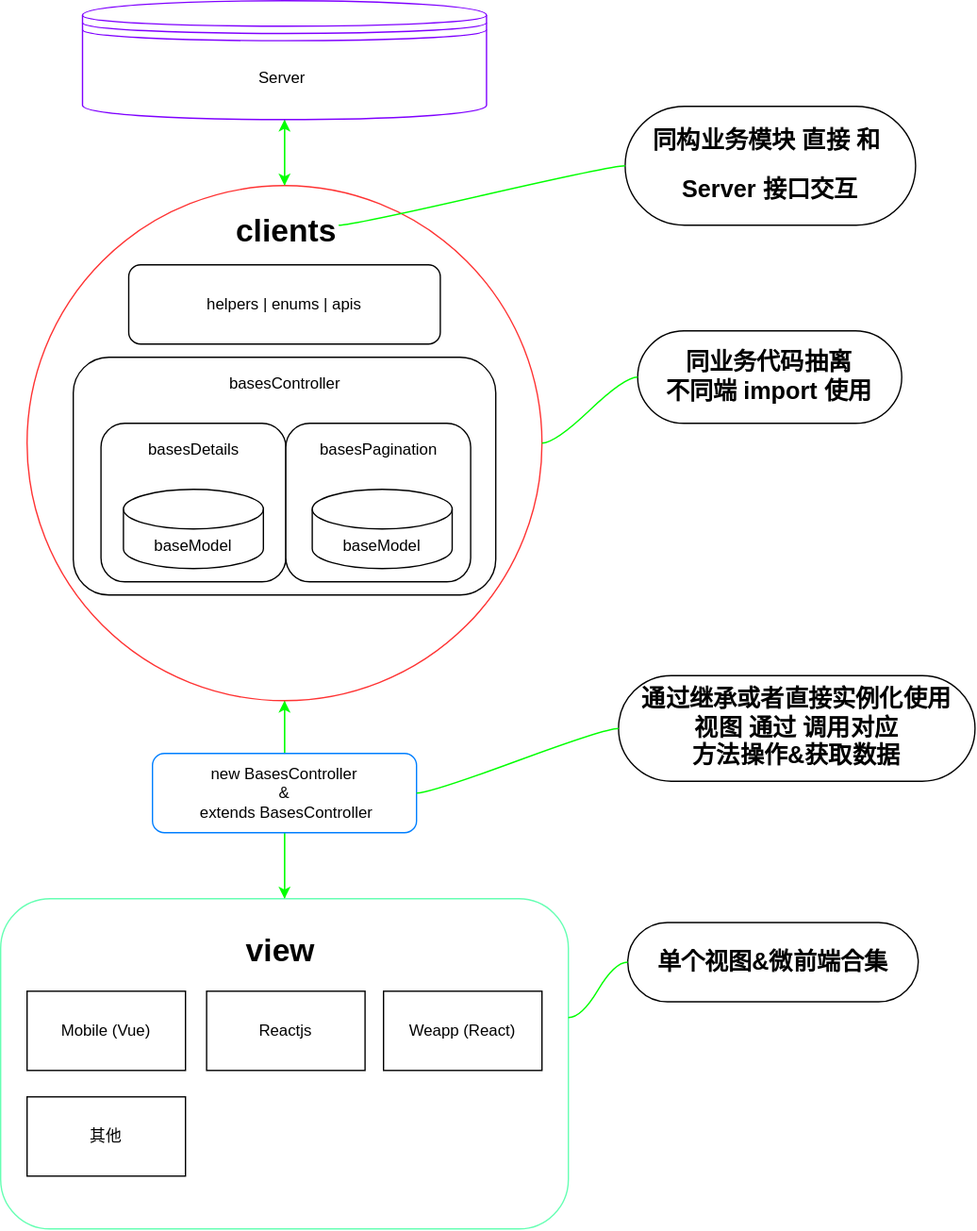
Above: packages/docs/src/assets/architecture.svg in LengYXin/mamba (draw.io), before the change. Source tidied: cells renumbered, new cells last; positions are measured from the earlier drawing's top-left corner, leaving out a move shared by most shapes. Source of this version:
```xml
<mxGraphModel>
  <root>
    <mxCell id="0" />
    <mxCell id="1" parent="0" />
    <mxCell id="2" style="edgeStyle=orthogonalEdgeStyle;rounded=0;jettySize=auto;html=1;strokeColor=#00FF00;" parent="1" edge="1" source="3">
      <mxGeometry relative="1" as="geometry">
        <mxPoint x="215" y="530" as="targetPoint" />
      </mxGeometry>
    </mxCell>
    <mxCell id="3" style="rounded=1;whiteSpace=wrap;html=1;strokeColor=#66FFB3;" parent="1" vertex="1">
      <mxGeometry y="680" width="430" height="250" as="geometry" />
    </mxCell>
    <mxCell id="4" style="edgeStyle=orthogonalEdgeStyle;rounded=0;jettySize=auto;html=1;entryX=0.5;entryY=0;entryDx=0;entryDy=0;strokeColor=#00FF00;" parent="1" edge="1" source="6" target="3">
      <mxGeometry relative="1" as="geometry" />
    </mxCell>
    <mxCell id="5" style="edgeStyle=orthogonalEdgeStyle;rounded=0;jettySize=auto;html=1;entryX=0.5;entryY=1;entryDx=0;entryDy=0;strokeColor=#00FF00;" parent="1" edge="1" source="6" target="22">
      <mxGeometry relative="1" as="geometry" />
    </mxCell>
    <mxCell id="6" style="ellipse;whiteSpace=wrap;html=1;strokeColor=#FF3333;" parent="1" vertex="1">
      <mxGeometry x="20" y="140" width="390" height="390" as="geometry" />
    </mxCell>
    <mxCell id="7" value="&lt;h1&gt;view&amp;nbsp;&lt;/h1&gt;" style="text;html=1;align=center;verticalAlign=middle;fillColor=none;strokeColor=none;rounded=0;" parent="1" vertex="1">
      <mxGeometry x="180" y="695" width="70" height="50" as="geometry" />
    </mxCell>
    <mxCell id="8" style="rounded=1;whiteSpace=wrap;html=1;" parent="1" vertex="1">
      <mxGeometry x="55" y="270" width="320" height="180" as="geometry" />
    </mxCell>
    <mxCell id="9" style="rounded=1;whiteSpace=wrap;html=1;" parent="1" vertex="1">
      <mxGeometry x="76" y="320" width="140" height="120" as="geometry" />
    </mxCell>
    <mxCell id="10" style="rounded=1;whiteSpace=wrap;html=1;" parent="1" vertex="1">
      <mxGeometry x="216" y="320" width="140" height="120" as="geometry" />
    </mxCell>
    <mxCell id="11" value="helpers |&amp;nbsp;enums |&amp;nbsp;apis" style="rounded=1;whiteSpace=wrap;html=1;" parent="1" vertex="1">
      <mxGeometry x="97" y="200" width="236" height="60" as="geometry" />
    </mxCell>
    <mxCell id="12" value="basesController" style="text;html=1;align=center;verticalAlign=middle;fillColor=none;strokeColor=none;rounded=0;" parent="1" vertex="1">
      <mxGeometry x="165" y="280" width="100" height="20" as="geometry" />
    </mxCell>
    <mxCell id="13" value="basesDetails" style="text;html=1;align=center;verticalAlign=middle;fillColor=none;strokeColor=none;rounded=0;" parent="1" vertex="1">
      <mxGeometry x="106" y="330" width="80" height="20" as="geometry" />
    </mxCell>
    <mxCell id="14" value="basesPagination" style="text;html=1;align=center;verticalAlign=middle;fillColor=none;strokeColor=none;rounded=0;" parent="1" vertex="1">
      <mxGeometry x="236" y="330" width="100" height="20" as="geometry" />
    </mxCell>
    <mxCell id="15" value="baseModel" style="shape=cylinder3;whiteSpace=wrap;html=1;boundedLbl=1;backgroundOutline=1;size=15;" parent="1" vertex="1">
      <mxGeometry x="93" y="370" width="106" height="60" as="geometry" />
    </mxCell>
    <mxCell id="16" value="baseModel" style="shape=cylinder3;whiteSpace=wrap;html=1;boundedLbl=1;backgroundOutline=1;size=15;" parent="1" vertex="1">
      <mxGeometry x="236" y="370" width="106" height="60" as="geometry" />
    </mxCell>
    <mxCell id="17" value="Mobile (Vue)" style="whiteSpace=wrap;html=1;" parent="1" vertex="1">
      <mxGeometry x="20" y="750" width="120" height="60" as="geometry" />
    </mxCell>
    <mxCell id="18" value="Reactjs" style="whiteSpace=wrap;html=1;" parent="1" vertex="1">
      <mxGeometry x="156" y="750" width="120" height="60" as="geometry" />
    </mxCell>
    <mxCell id="19" value="Weapp (React)" style="whiteSpace=wrap;html=1;" parent="1" vertex="1">
      <mxGeometry x="290" y="750" width="120" height="60" as="geometry" />
    </mxCell>
    <mxCell id="20" value="new BasesController&lt;br&gt;&amp;amp;&lt;br&gt;&amp;nbsp;extends BasesController" style="rounded=1;whiteSpace=wrap;html=1;strokeColor=#007FFF;" parent="1" vertex="1">
      <mxGeometry x="115" y="570" width="200" height="60" as="geometry" />
    </mxCell>
    <mxCell id="21" style="edgeStyle=orthogonalEdgeStyle;rounded=0;jettySize=auto;html=1;entryX=0.5;entryY=0;entryDx=0;entryDy=0;strokeColor=#00FF00;" parent="1" edge="1" source="22" target="6">
      <mxGeometry relative="1" as="geometry" />
    </mxCell>
    <mxCell id="22" value="Server&amp;nbsp;" style="shape=datastore;whiteSpace=wrap;html=1;strokeColor=#7F00FF;" parent="1" vertex="1">
      <mxGeometry x="62" width="306" height="90" as="geometry" />
    </mxCell>
    <mxCell id="23" value="&lt;h1&gt;clients&lt;/h1&gt;" style="text;html=1;align=center;verticalAlign=middle;fillColor=none;strokeColor=none;rounded=0;" parent="1" vertex="1">
      <mxGeometry x="171" y="150" width="90" height="50" as="geometry" />
    </mxCell>
    <mxCell id="24" value="&lt;h2&gt;通过继承或者直接实例化使用&lt;br&gt;视图 通过 调用对应&lt;br&gt;方法操作&amp;amp;获取数据&lt;/h2&gt;" style="whiteSpace=wrap;html=1;rounded=1;arcSize=50;align=center;verticalAlign=middle;strokeWidth=1;spacing=4;newEdgeStyle={&quot;edgeStyle&quot;:&quot;entityRelationEdgeStyle&quot;,&quot;startArrow&quot;:&quot;none&quot;,&quot;endArrow&quot;:&quot;none&quot;,&quot;segment&quot;:10,&quot;curved&quot;:1};" parent="1" vertex="1">
      <mxGeometry x="468" y="511" width="270" height="80" as="geometry" />
    </mxCell>
    <mxCell id="25" style="edgeStyle=entityRelationEdgeStyle;startArrow=none;endArrow=none;segment=10;curved=1;strokeColor=#00FF00;" parent="1" edge="1" target="24">
      <mxGeometry relative="1" as="geometry">
        <mxPoint x="315" y="600" as="sourcePoint" />
      </mxGeometry>
    </mxCell>
    <mxCell id="26" value="&lt;h2&gt;同业务代码抽离&lt;br&gt;不同端 import 使用&lt;/h2&gt;" style="whiteSpace=wrap;html=1;rounded=1;arcSize=50;align=center;verticalAlign=middle;strokeWidth=1;spacing=4;newEdgeStyle={&quot;edgeStyle&quot;:&quot;entityRelationEdgeStyle&quot;,&quot;startArrow&quot;:&quot;none&quot;,&quot;endArrow&quot;:&quot;none&quot;,&quot;segment&quot;:10,&quot;curved&quot;:1};" parent="1" vertex="1">
      <mxGeometry x="482.5" y="250" width="200" height="70" as="geometry" />
    </mxCell>
    <mxCell id="27" style="edgeStyle=entityRelationEdgeStyle;startArrow=none;endArrow=none;segment=10;curved=1;strokeColor=#00FF00;" parent="1" edge="1" source="6" target="26">
      <mxGeometry relative="1" as="geometry" />
    </mxCell>
    <mxCell id="28" value="&lt;h2&gt;同构业务模块 直接 和&amp;nbsp;&lt;/h2&gt;&lt;h2&gt;Server 接口交互&lt;/h2&gt;" style="whiteSpace=wrap;html=1;rounded=1;arcSize=50;align=center;verticalAlign=middle;strokeWidth=1;spacing=4;newEdgeStyle={&quot;edgeStyle&quot;:&quot;entityRelationEdgeStyle&quot;,&quot;startArrow&quot;:&quot;none&quot;,&quot;endArrow&quot;:&quot;none&quot;,&quot;segment&quot;:10,&quot;curved&quot;:1};" parent="1" vertex="1">
      <mxGeometry x="473" y="80" width="220" height="90" as="geometry" />
    </mxCell>
    <mxCell id="29" style="edgeStyle=entityRelationEdgeStyle;startArrow=none;endArrow=none;segment=10;curved=1;strokeColor=#00FF00;" parent="1" edge="1" target="28">
      <mxGeometry relative="1" as="geometry">
        <mxPoint x="256" y="170" as="sourcePoint" />
      </mxGeometry>
    </mxCell>
    <mxCell id="30" value="其他" style="whiteSpace=wrap;html=1;" parent="1" vertex="1">
      <mxGeometry x="20" y="830" width="120" height="60" as="geometry" />
    </mxCell>
    <mxCell id="31" value="&lt;h2&gt;单个视图&amp;amp;微前端合集&lt;/h2&gt;" style="whiteSpace=wrap;html=1;rounded=1;arcSize=50;align=center;verticalAlign=middle;strokeWidth=1;spacing=4;newEdgeStyle={&quot;edgeStyle&quot;:&quot;entityRelationEdgeStyle&quot;,&quot;startArrow&quot;:&quot;none&quot;,&quot;endArrow&quot;:&quot;none&quot;,&quot;segment&quot;:10,&quot;curved&quot;:1};" parent="1" vertex="1">
      <mxGeometry x="475" y="698" width="220" height="60" as="geometry" />
    </mxCell>
    <mxCell id="32" style="edgeStyle=entityRelationEdgeStyle;startArrow=none;endArrow=none;segment=10;curved=1;strokeColor=#00FF00;" parent="1" edge="1" target="31">
      <mxGeometry relative="1" as="geometry">
        <mxPoint x="430" y="770" as="sourcePoint" />
      </mxGeometry>
    </mxCell>
  </root>
</mxGraphModel>
```
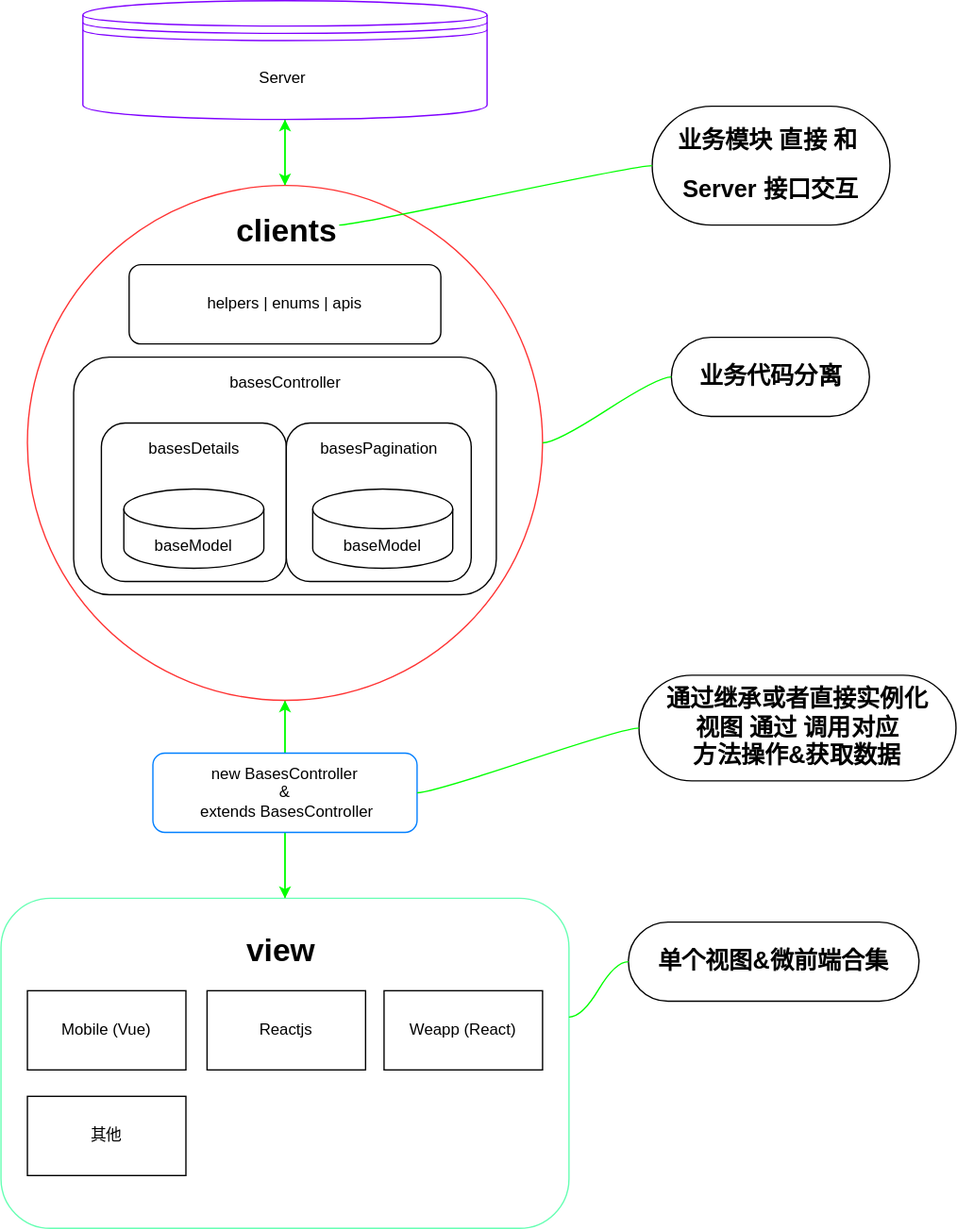
Later version of the same file.

The edit, as a diff of the source:
```diff
@@ -70,22 +70,22 @@
     <mxCell id="23" value="&lt;h1&gt;clients&lt;/h1&gt;" style="text;html=1;align=center;verticalAlign=middle;fillColor=none;strokeColor=none;rounded=0;" parent="1" vertex="1">
       <mxGeometry x="171" y="150" width="90" height="50" as="geometry" />
     </mxCell>
-    <mxCell id="24" value="&lt;h2&gt;通过继承或者直接实例化使用&lt;br&gt;视图 通过 调用对应&lt;br&gt;方法操作&amp;amp;获取数据&lt;/h2&gt;" style="whiteSpace=wrap;html=1;rounded=1;arcSize=50;align=center;verticalAlign=middle;strokeWidth=1;spacing=4;newEdgeStyle={&quot;edgeStyle&quot;:&quot;entityRelationEdgeStyle&quot;,&quot;startArrow&quot;:&quot;none&quot;,&quot;endArrow&quot;:&quot;none&quot;,&quot;segment&quot;:10,&quot;curved&quot;:1};" parent="1" vertex="1">
-      <mxGeometry x="468" y="511" width="270" height="80" as="geometry" />
+    <mxCell id="24" value="&lt;h2&gt;通过继承或者直接实例化&lt;br&gt;视图 通过 调用对应&lt;br&gt;方法操作&amp;amp;获取数据&lt;/h2&gt;" style="whiteSpace=wrap;html=1;rounded=1;arcSize=50;align=center;verticalAlign=middle;strokeWidth=1;spacing=4;newEdgeStyle={&quot;edgeStyle&quot;:&quot;entityRelationEdgeStyle&quot;,&quot;startArrow&quot;:&quot;none&quot;,&quot;endArrow&quot;:&quot;none&quot;,&quot;segment&quot;:10,&quot;curved&quot;:1};" parent="1" vertex="1">
+      <mxGeometry x="483" y="511" width="240" height="80" as="geometry" />
     </mxCell>
     <mxCell id="25" style="edgeStyle=entityRelationEdgeStyle;startArrow=none;endArrow=none;segment=10;curved=1;strokeColor=#00FF00;" parent="1" edge="1" target="24">
       <mxGeometry relative="1" as="geometry">
         <mxPoint x="315" y="600" as="sourcePoint" />
       </mxGeometry>
     </mxCell>
-    <mxCell id="26" value="&lt;h2&gt;同业务代码抽离&lt;br&gt;不同端 import 使用&lt;/h2&gt;" style="whiteSpace=wrap;html=1;rounded=1;arcSize=50;align=center;verticalAlign=middle;strokeWidth=1;spacing=4;newEdgeStyle={&quot;edgeStyle&quot;:&quot;entityRelationEdgeStyle&quot;,&quot;startArrow&quot;:&quot;none&quot;,&quot;endArrow&quot;:&quot;none&quot;,&quot;segment&quot;:10,&quot;curved&quot;:1};" parent="1" vertex="1">
-      <mxGeometry x="482.5" y="250" width="200" height="70" as="geometry" />
+    <mxCell id="26" value="&lt;h2&gt;业务代码分离&lt;br&gt;&lt;/h2&gt;" style="whiteSpace=wrap;html=1;rounded=1;arcSize=50;align=center;verticalAlign=middle;strokeWidth=1;spacing=4;newEdgeStyle={&quot;edgeStyle&quot;:&quot;entityRelationEdgeStyle&quot;,&quot;startArrow&quot;:&quot;none&quot;,&quot;endArrow&quot;:&quot;none&quot;,&quot;segment&quot;:10,&quot;curved&quot;:1};" parent="1" vertex="1">
+      <mxGeometry x="507.5" y="255" width="150" height="60" as="geometry" />
     </mxCell>
     <mxCell id="27" style="edgeStyle=entityRelationEdgeStyle;startArrow=none;endArrow=none;segment=10;curved=1;strokeColor=#00FF00;" parent="1" edge="1" source="6" target="26">
       <mxGeometry relative="1" as="geometry" />
     </mxCell>
-    <mxCell id="28" value="&lt;h2&gt;同构业务模块 直接 和&amp;nbsp;&lt;/h2&gt;&lt;h2&gt;Server 接口交互&lt;/h2&gt;" style="whiteSpace=wrap;html=1;rounded=1;arcSize=50;align=center;verticalAlign=middle;strokeWidth=1;spacing=4;newEdgeStyle={&quot;edgeStyle&quot;:&quot;entityRelationEdgeStyle&quot;,&quot;startArrow&quot;:&quot;none&quot;,&quot;endArrow&quot;:&quot;none&quot;,&quot;segment&quot;:10,&quot;curved&quot;:1};" parent="1" vertex="1">
-      <mxGeometry x="473" y="80" width="220" height="90" as="geometry" />
+    <mxCell id="28" value="&lt;h2&gt;业务模块 直接 和&amp;nbsp;&lt;/h2&gt;&lt;h2&gt;Server 接口交互&lt;/h2&gt;" style="whiteSpace=wrap;html=1;rounded=1;arcSize=50;align=center;verticalAlign=middle;strokeWidth=1;spacing=4;newEdgeStyle={&quot;edgeStyle&quot;:&quot;entityRelationEdgeStyle&quot;,&quot;startArrow&quot;:&quot;none&quot;,&quot;endArrow&quot;:&quot;none&quot;,&quot;segment&quot;:10,&quot;curved&quot;:1};" parent="1" vertex="1">
+      <mxGeometry x="493" y="80" width="180" height="90" as="geometry" />
     </mxCell>
     <mxCell id="29" style="edgeStyle=entityRelationEdgeStyle;startArrow=none;endArrow=none;segment=10;curved=1;strokeColor=#00FF00;" parent="1" edge="1" target="28">
       <mxGeometry relative="1" as="geometry">
```
